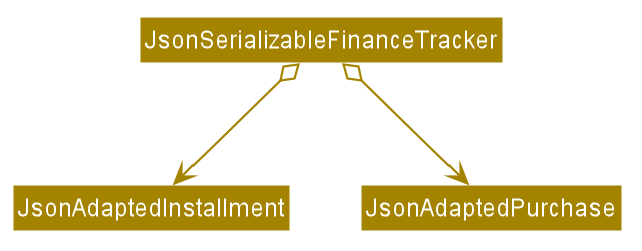
Earlier version of the PlantUML export docs/images/storage/FinanceTrackerStorageClassDiagram.png (nus-cs2103-AY1920S1/addressbook-level3). The source it was exported from:
```plantuml
@startuml








skinparam BackgroundColor #FFFFFFF

skinparam Shadowing false

skinparam Class {
    FontColor #FFFFFF
    BorderThickness 1
    BorderColor #FFFFFF
    StereotypeFontColor #FFFFFF
    FontName Arial
}

skinparam Actor {
    BorderColor #000000
    Color #000000
    FontName Arial
}

skinparam Sequence {
    MessageAlign center
    BoxFontSize 15
    BoxPadding 0
    BoxFontColor #FFFFFF
    FontName Arial
}

skinparam Participant {
    FontColor #FFFFFFF
    Padding 20
}

skinparam MinClassWidth 50
skinparam ParticipantPadding 10
skinparam Shadowing false
skinparam DefaultTextAlignment center
skinparam packageStyle Rectangle

hide footbox
hide members
hide circle
skinparam arrowThickness 1.1
skinparam arrowColor #A38300
skinparam classBackgroundColor #A38300

Class JsonSerializableFinanceTracker
Class JsonAdaptedInstallment
Class JsonAdaptedPurchase

JsonSerializableFinanceTracker o-down-> JsonAdaptedInstallment
JsonSerializableFinanceTracker o-down-> JsonAdaptedPurchase

@enduml
```
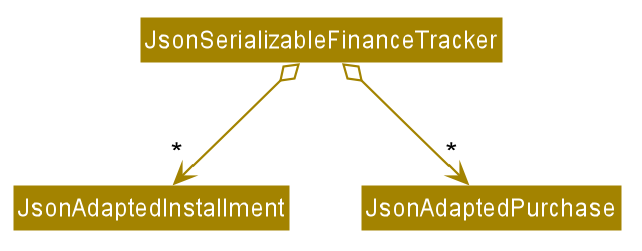
The same diagram one commit later.

Diff of the diagram source:
```diff
@@ -55,7 +55,7 @@
 Class JsonAdaptedInstallment
 Class JsonAdaptedPurchase
 
-JsonSerializableFinanceTracker o-down-> JsonAdaptedInstallment
-JsonSerializableFinanceTracker o-down-> JsonAdaptedPurchase
+JsonSerializableFinanceTracker o-down-> "*" JsonAdaptedInstallment
+JsonSerializableFinanceTracker o-down-> "*" JsonAdaptedPurchase
 
 @enduml
```
